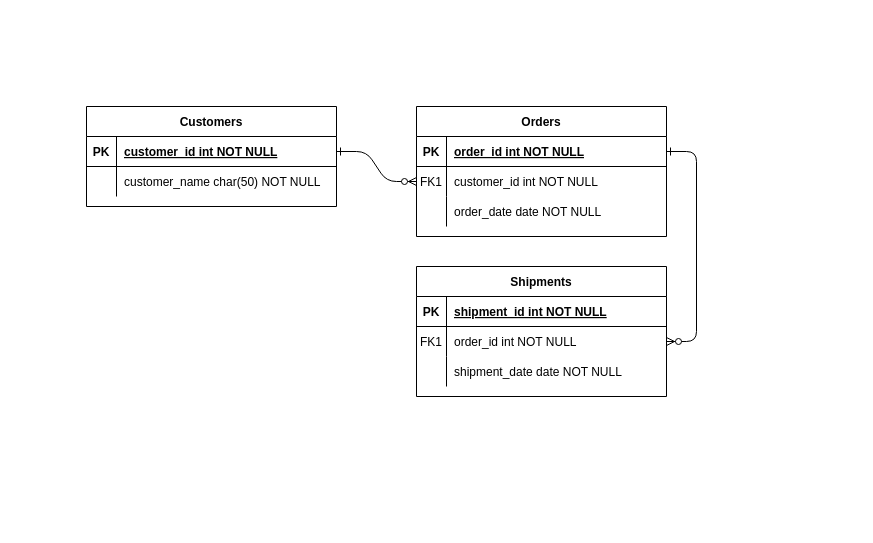
This is HRMS ERD.drawio from J0y9/draw.io, a draw.io file, before an edit. Source tidied: cells renumbered, new cells numbered last; positions are measured from the earlier drawing's top-left corner, leaving out a move shared by most shapes. Both pictures are drawn from the tidied source at 100%, with x=0, y=0 at pixel (86, 106).
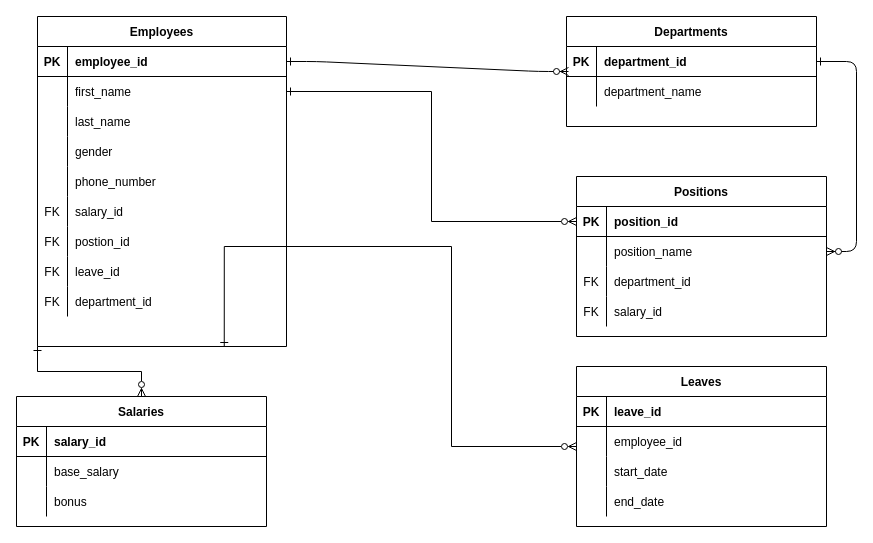
Above is the later version.

The change refers to these unchanged cells:
```xml
<mxCell id="5" style="shape=partialRectangle;fillColor=none;points=[[0,0.5],[1,0.5]];portConstraint=eastwest;top=0;left=0;right=0;bottom=1;" parent="4" vertex="1">
  <mxGeometry y="30" width="250" height="30" as="geometry" />
</mxCell>
<mxCell id="15" style="shape=partialRectangle;fillColor=none;points=[[0,0.5],[1,0.5]];portConstraint=eastwest;top=0;left=0;right=0;bottom=1;" parent="14" vertex="1">
  <mxGeometry y="30" width="250" height="30" as="geometry" />
</mxCell>
<mxCell id="18" style="shape=partialRectangle;fillColor=none;points=[[0,0.5],[1,0.5]];portConstraint=eastwest;top=0;left=0;right=0;bottom=0;" parent="14" vertex="1">
  <mxGeometry y="60" width="250" height="30" as="geometry" />
</mxCell>
<mxCell id="21" style="shape=partialRectangle;fillColor=none;top=0;left=0;right=0;bottom=0;" parent="14" vertex="1">
  <mxGeometry y="90" width="250" height="30" as="geometry" />
</mxCell>
```

Diff of the diagram source:
```diff
@@
-    <mxCell id="2" style="edgeStyle=entityRelationEdgeStyle;endArrow=ERzeroToMany;startArrow=ERone;endFill=1;startFill=0;" parent="1" edge="1" source="25" target="8">
-      <mxGeometry relative="1" as="geometry" />
+    <mxCell id="2" style="edgeStyle=entityRelationEdgeStyle;endArrow=ERzeroToMany;startArrow=ERone;endFill=1;startFill=0;entryX=0.008;entryY=-0.167;entryDx=0;entryDy=0;entryPerimeter=0;" parent="1" edge="1" source="25" target="11">
+      <mxGeometry relative="1" as="geometry">
+        <Array as="points">
+          <mxPoint x="440" y="-20" />
+          <mxPoint x="400" y="40" />
+        </Array>
+      </mxGeometry>
     </mxCell>
@@
-    <mxCell id="4" value="Orders" style="shape=table;startSize=30;childLayout=tableLayout;rowLines=0;fontStyle=1;align=center;" parent="1" vertex="1">
-      <mxGeometry x="330" width="250" height="130" as="geometry" />
+    <mxCell id="4" value="Departments" style="shape=table;startSize=30;childLayout=tableLayout;rowLines=0;fontStyle=1;align=center;" parent="1" vertex="1">
+      <mxGeometry x="480" y="-90" width="250" height="110" as="geometry" />
     </mxCell>
@@
-    <mxCell id="7" value="order_id int NOT NULL " style="shape=partialRectangle;overflow=hidden;fillColor=none;top=0;left=0;bottom=0;right=0;align=left;spacingLeft=6;fontStyle=5;" parent="5" vertex="1">
+    <mxCell id="7" value="department_id " style="shape=partialRectangle;overflow=hidden;fillColor=none;top=0;left=0;bottom=0;right=0;align=left;spacingLeft=6;fontStyle=1;" parent="5" vertex="1">
       <mxGeometry x="30" width="220" height="30" as="geometry" />
     </mxCell>
-    <mxCell id="8" style="shape=partialRectangle;fillColor=none;points=[[0,0.5],[1,0.5]];portConstraint=eastwest;top=0;left=0;right=0;bottom=0;" parent="4" vertex="1">
-      <mxGeometry y="60" width="250" height="30" as="geometry" />
-    </mxCell>
-    <mxCell id="9" value="FK1" style="shape=partialRectangle;overflow=hidden;fillColor=none;top=0;left=0;bottom=0;right=0;" parent="8" vertex="1">
-      <mxGeometry width="30" height="30" as="geometry" />
-    </mxCell>
-    <mxCell id="10" value="customer_id int NOT NULL" style="shape=partialRectangle;overflow=hidden;fillColor=none;top=0;left=0;bottom=0;right=0;align=left;spacingLeft=6;" parent="8" vertex="1">
-      <mxGeometry x="30" width="220" height="30" as="geometry" />
-    </mxCell>
     <mxCell id="11" style="shape=partialRectangle;fillColor=none;points=[[0,0.5],[1,0.5]];portConstraint=eastwest;top=0;left=0;right=0;bottom=0;" parent="4" vertex="1">
-      <mxGeometry y="90" width="250" height="30" as="geometry" />
+      <mxGeometry y="60" width="250" height="30" as="geometry" />
     </mxCell>
@@
-    <mxCell id="13" value="order_date date NOT NULL" style="shape=partialRectangle;overflow=hidden;fillColor=none;top=0;left=0;bottom=0;right=0;align=left;spacingLeft=6;" parent="11" vertex="1">
+    <mxCell id="13" value="department_name" style="shape=partialRectangle;overflow=hidden;fillColor=none;top=0;left=0;bottom=0;right=0;align=left;spacingLeft=6;" parent="11" vertex="1">
       <mxGeometry x="30" width="220" height="30" as="geometry" />
     </mxCell>
-    <mxCell id="14" value="Shipments" style="shape=table;startSize=30;childLayout=tableLayout;rowLines=0;fontStyle=1;align=center;" parent="1" vertex="1">
-      <mxGeometry x="330" y="160" width="250" height="130" as="geometry" />
+    <mxCell id="14" value="Positions" style="shape=table;startSize=30;childLayout=tableLayout;rowLines=0;fontStyle=1;align=center;" parent="1" vertex="1">
+      <mxGeometry x="490" y="70" width="250" height="160" as="geometry" />
     </mxCell>
@@
-    <mxCell id="17" value="shipment_id int NOT NULL " style="shape=partialRectangle;overflow=hidden;fillColor=none;top=0;left=0;bottom=0;right=0;align=left;spacingLeft=6;fontStyle=5;" parent="15" vertex="1">
+    <mxCell id="17" value="position_id " style="shape=partialRectangle;overflow=hidden;fillColor=none;top=0;left=0;bottom=0;right=0;align=left;spacingLeft=6;fontStyle=1;" parent="15" vertex="1">
       <mxGeometry x="30" width="220" height="30" as="geometry" />
     </mxCell>
@@
-    <mxCell id="19" value="FK1" style="shape=partialRectangle;overflow=hidden;fillColor=none;top=0;left=0;bottom=0;right=0;" parent="18" vertex="1">
+    <mxCell id="19" style="shape=partialRectangle;overflow=hidden;fillColor=none;top=0;left=0;bottom=0;right=0;" parent="18" vertex="1">
       <mxGeometry width="30" height="30" as="geometry" />
     </mxCell>
-    <mxCell id="20" value="order_id int NOT NULL" style="shape=partialRectangle;overflow=hidden;fillColor=none;top=0;left=0;bottom=0;right=0;align=left;spacingLeft=6;" parent="18" vertex="1">
+    <mxCell id="20" value="position_name" style="shape=partialRectangle;overflow=hidden;fillColor=none;top=0;left=0;bottom=0;right=0;align=left;spacingLeft=6;" parent="18" vertex="1">
       <mxGeometry x="30" width="220" height="30" as="geometry" />
     </mxCell>
@@
-    <mxCell id="22" style="shape=partialRectangle;overflow=hidden;fillColor=none;top=0;left=0;bottom=0;right=0;" parent="21" vertex="1">
+    <mxCell id="22" value="FK" style="shape=partialRectangle;overflow=hidden;fillColor=none;top=0;left=0;bottom=0;right=0;" parent="21" vertex="1">
       <mxGeometry width="30" height="30" as="geometry" />
     </mxCell>
-    <mxCell id="23" value="shipment_date date NOT NULL" style="shape=partialRectangle;overflow=hidden;fillColor=none;top=0;left=0;bottom=0;right=0;align=left;spacingLeft=6;" parent="21" vertex="1">
+    <mxCell id="23" value="department_id" style="shape=partialRectangle;overflow=hidden;fillColor=none;top=0;left=0;bottom=0;right=0;align=left;spacingLeft=6;" parent="21" vertex="1">
       <mxGeometry x="30" width="220" height="30" as="geometry" />
     </mxCell>
+    <mxCell id="31" style="shape=partialRectangle;fillColor=none;top=0;left=0;right=0;bottom=0;" parent="14" vertex="1">
+      <mxGeometry y="120" width="250" height="30" as="geometry" />
+    </mxCell>
+    <mxCell id="32" value="FK" style="shape=partialRectangle;overflow=hidden;fillColor=none;top=0;left=0;bottom=0;right=0;" parent="31" vertex="1">
+      <mxGeometry width="30" height="30" as="geometry" />
+    </mxCell>
+    <mxCell id="33" value="salary_id" style="shape=partialRectangle;overflow=hidden;fillColor=none;top=0;left=0;bottom=0;right=0;align=left;spacingLeft=6;" parent="31" vertex="1">
+      <mxGeometry x="30" width="220" height="30" as="geometry" />
+    </mxCell>
+    <mxCell id="34" style="edgeStyle=orthogonalEdgeStyle;rounded=0;jettySize=auto;html=1;exitX=0;exitY=1;exitDx=0;exitDy=0;entryX=0.5;entryY=0;entryDx=0;entryDy=0;startArrow=ERone;startFill=0;endArrow=ERzeroToMany;endFill=0;" parent="1" edge="1" source="24" target="57">
+      <mxGeometry relative="1" as="geometry" />
+    </mxCell>
+    <mxCell id="35" style="edgeStyle=orthogonalEdgeStyle;rounded=0;jettySize=auto;html=1;exitX=0.75;exitY=1;exitDx=0;exitDy=0;startArrow=ERone;startFill=0;endArrow=ERzeroToMany;endFill=0;" parent="1" edge="1" source="24" target="67">
+      <mxGeometry relative="1" as="geometry">
+        <Array as="points">
+          <mxPoint x="138" y="140" />
+          <mxPoint x="365" y="140" />
+        </Array>
+      </mxGeometry>
+    </mxCell>
-    <mxCell id="24" value="Customers" style="shape=table;startSize=30;childLayout=tableLayout;rowLines=0;fontStyle=1;align=center;" parent="1" vertex="1">
-      <mxGeometry width="250" height="100" as="geometry" />
+    <mxCell id="24" value="Employees" style="shape=table;startSize=30;childLayout=tableLayout;rowLines=0;fontStyle=1;align=center;" parent="1" vertex="1">
+      <mxGeometry x="-49" y="-90" width="249" height="330" as="geometry" />
     </mxCell>
     <mxCell id="25" style="shape=partialRectangle;fillColor=none;points=[[0,0.5],[1,0.5]];portConstraint=eastwest;top=0;left=0;right=0;bottom=1;" parent="24" vertex="1">
-      <mxGeometry y="30" width="250" height="30" as="geometry" />
+      <mxGeometry y="30" width="249" height="30" as="geometry" />
     </mxCell>
@@
-    <mxCell id="27" value="customer_id int NOT NULL " style="shape=partialRectangle;overflow=hidden;fillColor=none;top=0;left=0;bottom=0;right=0;align=left;spacingLeft=6;fontStyle=5;" parent="25" vertex="1">
-      <mxGeometry x="30" width="220" height="30" as="geometry" />
+    <mxCell id="27" value="employee_id " style="shape=partialRectangle;overflow=hidden;fillColor=none;top=0;left=0;bottom=0;right=0;align=left;spacingLeft=6;fontStyle=1;" parent="25" vertex="1">
+      <mxGeometry x="30" width="219" height="30" as="geometry" />
     </mxCell>
     <mxCell id="28" style="shape=partialRectangle;fillColor=none;points=[[0,0.5],[1,0.5]];portConstraint=eastwest;top=0;left=0;right=0;bottom=0;" parent="24" vertex="1">
-      <mxGeometry y="60" width="250" height="30" as="geometry" />
+      <mxGeometry y="60" width="249" height="30" as="geometry" />
     </mxCell>
@@
-    <mxCell id="30" value="customer_name char(50) NOT NULL" style="shape=partialRectangle;overflow=hidden;fillColor=none;top=0;left=0;bottom=0;right=0;align=left;spacingLeft=6;" parent="28" vertex="1">
-      <mxGeometry x="30" width="220" height="30" as="geometry" />
+    <mxCell id="30" value="first_name" style="shape=partialRectangle;overflow=hidden;fillColor=none;top=0;left=0;bottom=0;right=0;align=left;spacingLeft=6;" parent="28" vertex="1">
+      <mxGeometry x="30" width="219" height="30" as="geometry" />
     </mxCell>
+    <mxCell id="36" style="shape=partialRectangle;fillColor=none;top=0;left=0;right=0;bottom=0;" parent="24" vertex="1">
+      <mxGeometry y="90" width="249" height="30" as="geometry" />
+    </mxCell>
+    <mxCell id="37" style="shape=partialRectangle;overflow=hidden;fillColor=none;top=0;left=0;bottom=0;right=0;" parent="36" vertex="1">
+      <mxGeometry width="30" height="30" as="geometry" />
+    </mxCell>
+    <mxCell id="38" value="last_name" style="shape=partialRectangle;overflow=hidden;fillColor=none;top=0;left=0;bottom=0;right=0;align=left;spacingLeft=6;" parent="36" vertex="1">
+      <mxGeometry x="30" width="219" height="30" as="geometry" />
+    </mxCell>
+    <mxCell id="39" style="shape=partialRectangle;fillColor=none;top=0;left=0;right=0;bottom=0;" parent="24" vertex="1">
+      <mxGeometry y="120" width="249" height="30" as="geometry" />
+    </mxCell>
+    <mxCell id="40" style="shape=partialRectangle;overflow=hidden;fillColor=none;top=0;left=0;bottom=0;right=0;" parent="39" vertex="1">
+      <mxGeometry width="30" height="30" as="geometry" />
+    </mxCell>
+    <mxCell id="41" value="gender" style="shape=partialRectangle;overflow=hidden;fillColor=none;top=0;left=0;bottom=0;right=0;align=left;spacingLeft=6;" parent="39" vertex="1">
+      <mxGeometry x="30" width="219" height="30" as="geometry" />
+    </mxCell>
+    <mxCell id="42" style="shape=partialRectangle;fillColor=none;top=0;left=0;right=0;bottom=0;" parent="24" vertex="1">
+      <mxGeometry y="150" width="249" height="30" as="geometry" />
+    </mxCell>
+    <mxCell id="43" style="shape=partialRectangle;overflow=hidden;fillColor=none;top=0;left=0;bottom=0;right=0;" parent="42" vertex="1">
+      <mxGeometry width="30" height="30" as="geometry" />
+    </mxCell>
+    <mxCell id="44" value="phone_number" style="shape=partialRectangle;overflow=hidden;fillColor=none;top=0;left=0;bottom=0;right=0;align=left;spacingLeft=6;" parent="42" vertex="1">
+      <mxGeometry x="30" width="219" height="30" as="geometry" />
+    </mxCell>
+    <mxCell id="45" style="shape=partialRectangle;fillColor=none;top=0;left=0;right=0;bottom=0;" parent="24" vertex="1">
+      <mxGeometry y="180" width="249" height="30" as="geometry" />
+    </mxCell>
+    <mxCell id="46" value="FK" style="shape=partialRectangle;overflow=hidden;fillColor=none;top=0;left=0;bottom=0;right=0;" parent="45" vertex="1">
+      <mxGeometry width="30" height="30" as="geometry" />
+    </mxCell>
+    <mxCell id="47" value="salary_id" style="shape=partialRectangle;overflow=hidden;fillColor=none;top=0;left=0;bottom=0;right=0;align=left;spacingLeft=6;" parent="45" vertex="1">
+      <mxGeometry x="30" width="219" height="30" as="geometry" />
+    </mxCell>
+    <mxCell id="48" style="shape=partialRectangle;fillColor=none;top=0;left=0;right=0;bottom=0;" parent="24" vertex="1">
+      <mxGeometry y="210" width="249" height="30" as="geometry" />
+    </mxCell>
+    <mxCell id="49" value="FK" style="shape=partialRectangle;overflow=hidden;fillColor=none;top=0;left=0;bottom=0;right=0;" parent="48" vertex="1">
+      <mxGeometry width="30" height="30" as="geometry" />
+    </mxCell>
+    <mxCell id="50" value="postion_id" style="shape=partialRectangle;overflow=hidden;fillColor=none;top=0;left=0;bottom=0;right=0;align=left;spacingLeft=6;" parent="48" vertex="1">
+      <mxGeometry x="30" width="219" height="30" as="geometry" />
+    </mxCell>
+    <mxCell id="51" style="shape=partialRectangle;fillColor=none;top=0;left=0;right=0;bottom=0;" parent="24" vertex="1">
+      <mxGeometry y="240" width="249" height="30" as="geometry" />
+    </mxCell>
+    <mxCell id="52" value="FK" style="shape=partialRectangle;overflow=hidden;fillColor=none;top=0;left=0;bottom=0;right=0;" parent="51" vertex="1">
+      <mxGeometry width="30" height="30" as="geometry" />
+    </mxCell>
+    <mxCell id="53" value="leave_id" style="shape=partialRectangle;overflow=hidden;fillColor=none;top=0;left=0;bottom=0;right=0;align=left;spacingLeft=6;" parent="51" vertex="1">
+      <mxGeometry x="30" width="219" height="30" as="geometry" />
+    </mxCell>
+    <mxCell id="54" style="shape=partialRectangle;fillColor=none;top=0;left=0;right=0;bottom=0;" parent="24" vertex="1">
+      <mxGeometry y="270" width="249" height="30" as="geometry" />
+    </mxCell>
+    <mxCell id="55" value="FK" style="shape=partialRectangle;overflow=hidden;fillColor=none;top=0;left=0;bottom=0;right=0;" parent="54" vertex="1">
+      <mxGeometry width="30" height="30" as="geometry" />
+    </mxCell>
+    <mxCell id="56" value="department_id" style="shape=partialRectangle;overflow=hidden;fillColor=none;top=0;left=0;bottom=0;right=0;align=left;spacingLeft=6;" parent="54" vertex="1">
+      <mxGeometry x="30" width="219" height="30" as="geometry" />
+    </mxCell>
+    <mxCell id="57" value="Salaries" style="shape=table;startSize=30;childLayout=tableLayout;rowLines=0;fontStyle=1;align=center;" parent="1" vertex="1">
+      <mxGeometry x="-70" y="290" width="250" height="130" as="geometry" />
+    </mxCell>
+    <mxCell id="58" style="shape=partialRectangle;fillColor=none;top=0;left=0;right=0;bottom=1;" parent="57" vertex="1">
+      <mxGeometry y="30" width="250" height="30" as="geometry" />
+    </mxCell>
+    <mxCell id="59" value="PK" style="shape=partialRectangle;overflow=hidden;fillColor=none;top=0;left=0;bottom=0;right=0;fontStyle=1;" parent="58" vertex="1">
+      <mxGeometry width="30" height="30" as="geometry" />
+    </mxCell>
+    <mxCell id="60" value="salary_id " style="shape=partialRectangle;overflow=hidden;fillColor=none;top=0;left=0;bottom=0;right=0;align=left;spacingLeft=6;fontStyle=1;" parent="58" vertex="1">
+      <mxGeometry x="30" width="220" height="30" as="geometry" />
+    </mxCell>
+    <mxCell id="61" style="shape=partialRectangle;fillColor=none;top=0;left=0;right=0;bottom=0;" parent="57" vertex="1">
+      <mxGeometry y="60" width="250" height="30" as="geometry" />
+    </mxCell>
+    <mxCell id="62" style="shape=partialRectangle;overflow=hidden;fillColor=none;top=0;left=0;bottom=0;right=0;" parent="61" vertex="1">
+      <mxGeometry width="30" height="30" as="geometry" />
+    </mxCell>
+    <mxCell id="63" value="base_salary" style="shape=partialRectangle;overflow=hidden;fillColor=none;top=0;left=0;bottom=0;right=0;align=left;spacingLeft=6;" parent="61" vertex="1">
+      <mxGeometry x="30" width="220" height="30" as="geometry" />
+    </mxCell>
+    <mxCell id="64" style="shape=partialRectangle;fillColor=none;top=0;left=0;right=0;bottom=0;" parent="57" vertex="1">
+      <mxGeometry y="90" width="250" height="30" as="geometry" />
+    </mxCell>
+    <mxCell id="65" style="shape=partialRectangle;overflow=hidden;fillColor=none;top=0;left=0;bottom=0;right=0;" parent="64" vertex="1">
+      <mxGeometry width="30" height="30" as="geometry" />
+    </mxCell>
+    <mxCell id="66" value="bonus" style="shape=partialRectangle;overflow=hidden;fillColor=none;top=0;left=0;bottom=0;right=0;align=left;spacingLeft=6;" parent="64" vertex="1">
+      <mxGeometry x="30" width="220" height="30" as="geometry" />
+    </mxCell>
+    <mxCell id="67" value="Leaves" style="shape=table;startSize=30;childLayout=tableLayout;rowLines=0;fontStyle=1;align=center;" parent="1" vertex="1">
+      <mxGeometry x="490" y="260" width="250" height="160" as="geometry" />
+    </mxCell>
+    <mxCell id="68" style="shape=partialRectangle;fillColor=none;top=0;left=0;right=0;bottom=1;" parent="67" vertex="1">
+      <mxGeometry y="30" width="250" height="30" as="geometry" />
+    </mxCell>
+    <mxCell id="69" value="PK" style="shape=partialRectangle;overflow=hidden;fillColor=none;top=0;left=0;bottom=0;right=0;fontStyle=1;" parent="68" vertex="1">
+      <mxGeometry width="30" height="30" as="geometry" />
+    </mxCell>
+    <mxCell id="70" value="leave_id " style="shape=partialRectangle;overflow=hidden;fillColor=none;top=0;left=0;bottom=0;right=0;align=left;spacingLeft=6;fontStyle=1;" parent="68" vertex="1">
+      <mxGeometry x="30" width="220" height="30" as="geometry" />
+    </mxCell>
+    <mxCell id="71" style="shape=partialRectangle;fillColor=none;top=0;left=0;right=0;bottom=0;" parent="67" vertex="1">
+      <mxGeometry y="60" width="250" height="30" as="geometry" />
+    </mxCell>
+    <mxCell id="72" style="shape=partialRectangle;overflow=hidden;fillColor=none;top=0;left=0;bottom=0;right=0;" parent="71" vertex="1">
+      <mxGeometry width="30" height="30" as="geometry" />
+    </mxCell>
+    <mxCell id="73" value="employee_id" style="shape=partialRectangle;overflow=hidden;fillColor=none;top=0;left=0;bottom=0;right=0;align=left;spacingLeft=6;" parent="71" vertex="1">
+      <mxGeometry x="30" width="220" height="30" as="geometry" />
+    </mxCell>
+    <mxCell id="74" style="shape=partialRectangle;fillColor=none;top=0;left=0;right=0;bottom=0;" parent="67" vertex="1">
+      <mxGeometry y="90" width="250" height="30" as="geometry" />
+    </mxCell>
+    <mxCell id="75" style="shape=partialRectangle;overflow=hidden;fillColor=none;top=0;left=0;bottom=0;right=0;" parent="74" vertex="1">
+      <mxGeometry width="30" height="30" as="geometry" />
+    </mxCell>
+    <mxCell id="76" value="start_date" style="shape=partialRectangle;overflow=hidden;fillColor=none;top=0;left=0;bottom=0;right=0;align=left;spacingLeft=6;" parent="74" vertex="1">
+      <mxGeometry x="30" width="220" height="30" as="geometry" />
+    </mxCell>
+    <mxCell id="77" style="shape=partialRectangle;fillColor=none;top=0;left=0;right=0;bottom=0;" parent="67" vertex="1">
+      <mxGeometry y="120" width="250" height="30" as="geometry" />
+    </mxCell>
+    <mxCell id="78" style="shape=partialRectangle;overflow=hidden;fillColor=none;top=0;left=0;bottom=0;right=0;" parent="77" vertex="1">
+      <mxGeometry width="30" height="30" as="geometry" />
+    </mxCell>
+    <mxCell id="79" value="end_date" style="shape=partialRectangle;overflow=hidden;fillColor=none;top=0;left=0;bottom=0;right=0;align=left;spacingLeft=6;" parent="77" vertex="1">
+      <mxGeometry x="30" width="220" height="30" as="geometry" />
+    </mxCell>
+    <mxCell id="80" style="edgeStyle=orthogonalEdgeStyle;rounded=0;jettySize=auto;html=1;exitX=1;exitY=0.5;exitDx=0;exitDy=0;entryX=0;entryY=0.5;entryDx=0;entryDy=0;endArrow=ERzeroToMany;endFill=0;startArrow=ERone;startFill=0;" parent="1" edge="1" source="28" target="15">
+      <mxGeometry relative="1" as="geometry" />
+    </mxCell>
```
